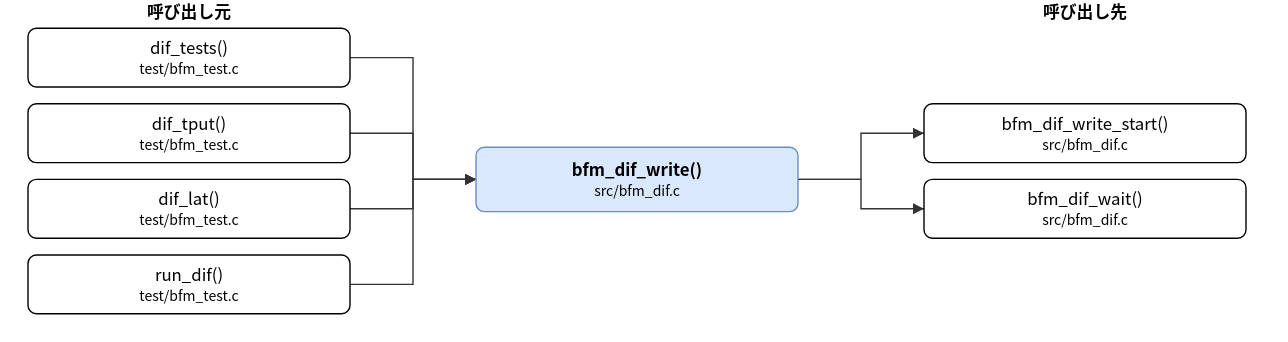
The draw.io diagram doc/spec/images/call_src_bfm_dif-bfm_dif_write.drawio.svg in hf355051012-ai/bfmem, before a commit. Source tidied: cells renumbered, new cells last; positions are measured from the earlier drawing's top-left corner, leaving out a move shared by most shapes.
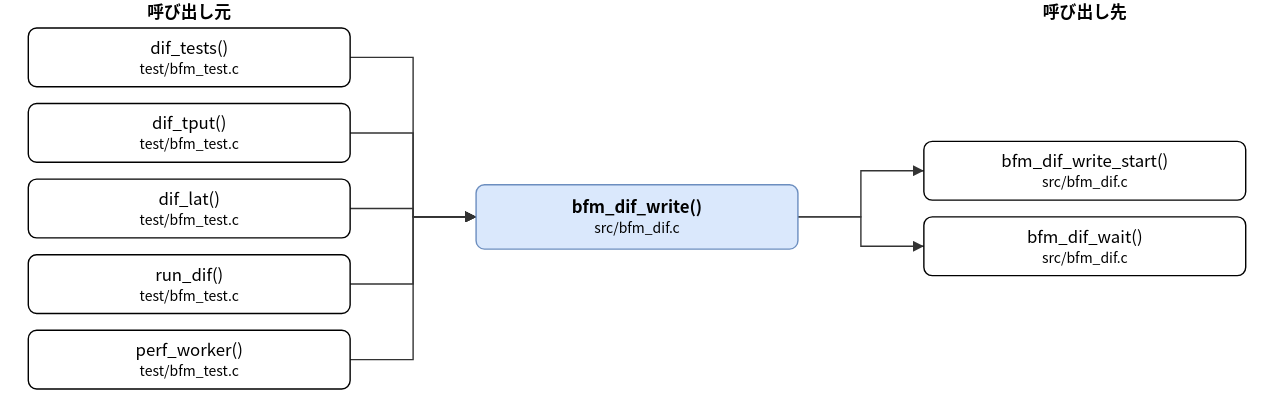
Above is the later version.

What changed in the source:
```diff
@@ -3,7 +3,7 @@
     <mxCell id="0" />
     <mxCell id="1" parent="0" />
     <mxCell id="2" value="bfm_dif_write()&lt;br&gt;&lt;font style=&quot;font-size:10px&quot;&gt;src/bfm_dif.c&lt;/font&gt;" style="rounded=1;whiteSpace=wrap;html=1;fillColor=#dae8fc;strokeColor=#6c8ebf;fontStyle=1;" parent="1" vertex="1">
-      <mxGeometry x="320" y="105" width="230" height="46" as="geometry" />
+      <mxGeometry x="320" y="132" width="230" height="46" as="geometry" />
     </mxCell>
     <mxCell id="3" value="dif_tests()&lt;br&gt;&lt;font style=&quot;font-size:10px&quot;&gt;test/bfm_test.c&lt;/font&gt;" style="rounded=1;whiteSpace=wrap;html=1;" parent="1" vertex="1">
       <mxGeometry y="20" width="230" height="42" as="geometry" />
@@ -17,17 +17,20 @@
     <mxCell id="6" value="run_dif()&lt;br&gt;&lt;font style=&quot;font-size:10px&quot;&gt;test/bfm_test.c&lt;/font&gt;" style="rounded=1;whiteSpace=wrap;html=1;" parent="1" vertex="1">
       <mxGeometry y="182" width="230" height="42" as="geometry" />
     </mxCell>
+    <mxCell id="17" value="perf_worker()&lt;br&gt;&lt;font style=&quot;font-size:10px&quot;&gt;test/bfm_test.c&lt;/font&gt;" style="rounded=1;whiteSpace=wrap;html=1;" parent="1" vertex="1">
+      <mxGeometry y="236" width="230" height="42" as="geometry" />
+    </mxCell>
     <mxCell id="7" value="bfm_dif_write_start()&lt;br&gt;&lt;font style=&quot;font-size:10px&quot;&gt;src/bfm_dif.c&lt;/font&gt;" style="rounded=1;whiteSpace=wrap;html=1;" parent="1" vertex="1">
-      <mxGeometry x="640" y="74" width="230" height="42" as="geometry" />
+      <mxGeometry x="640" y="101" width="230" height="42" as="geometry" />
     </mxCell>
     <mxCell id="8" value="bfm_dif_wait()&lt;br&gt;&lt;font style=&quot;font-size:10px&quot;&gt;src/bfm_dif.c&lt;/font&gt;" style="rounded=1;whiteSpace=wrap;html=1;" parent="1" vertex="1">
-      <mxGeometry x="640" y="128" width="230" height="42" as="geometry" />
+      <mxGeometry x="640" y="155" width="230" height="42" as="geometry" />
     </mxCell>
     <mxCell id="9" style="edgeStyle=none;html=1;rounded=0;endArrow=block;endFill=1;exitX=1.0000;exitY=0.5000;exitDx=0;exitDy=0;exitPerimeter=0;entryX=0.0000;entryY=0.5000;entryDx=0;entryDy=0;entryPerimeter=0;" parent="1" edge="1" source="3" target="2">
       <mxGeometry relative="1" as="geometry">
         <Array as="points">
           <mxPoint x="275" y="41" />
-          <mxPoint x="275" y="128" />
+          <mxPoint x="275" y="155" />
         </Array>
       </mxGeometry>
     </mxCell>
@@ -35,7 +38,7 @@
       <mxGeometry relative="1" as="geometry">
         <Array as="points">
           <mxPoint x="275" y="95" />
-          <mxPoint x="275" y="128" />
+          <mxPoint x="275" y="155" />
         </Array>
       </mxGeometry>
     </mxCell>
@@ -43,7 +46,7 @@
       <mxGeometry relative="1" as="geometry">
         <Array as="points">
           <mxPoint x="275" y="149" />
-          <mxPoint x="275" y="128" />
+          <mxPoint x="275" y="155" />
         </Array>
       </mxGeometry>
     </mxCell>
@@ -51,26 +54,34 @@
       <mxGeometry relative="1" as="geometry">
         <Array as="points">
           <mxPoint x="275" y="203" />
-          <mxPoint x="275" y="128" />
+          <mxPoint x="275" y="155" />
         </Array>
       </mxGeometry>
     </mxCell>
-    <mxCell id="13" style="edgeStyle=none;html=1;rounded=0;endArrow=block;endFill=1;exitX=1.0000;exitY=0.5000;exitDx=0;exitDy=0;exitPerimeter=0;entryX=0.0000;entryY=0.5000;entryDx=0;entryDy=0;entryPerimeter=0;" parent="1" edge="1" source="2" target="7">
+    <mxCell id="13" style="edgeStyle=none;html=1;rounded=0;endArrow=block;endFill=1;exitX=1.0000;exitY=0.5000;exitDx=0;exitDy=0;exitPerimeter=0;entryX=0.0000;entryY=0.5000;entryDx=0;entryDy=0;entryPerimeter=0;" parent="1" edge="1" source="17" target="2">
       <mxGeometry relative="1" as="geometry">
         <Array as="points">
-          <mxPoint x="595" y="128" />
-          <mxPoint x="595" y="95" />
+          <mxPoint x="275" y="257" />
+          <mxPoint x="275" y="155" />
         </Array>
       </mxGeometry>
     </mxCell>
-    <mxCell id="14" style="edgeStyle=none;html=1;rounded=0;endArrow=block;endFill=1;exitX=1.0000;exitY=0.5000;exitDx=0;exitDy=0;exitPerimeter=0;entryX=0.0000;entryY=0.5000;entryDx=0;entryDy=0;entryPerimeter=0;" parent="1" edge="1" source="2" target="8">
+    <mxCell id="14" style="edgeStyle=none;html=1;rounded=0;endArrow=block;endFill=1;exitX=1.0000;exitY=0.5000;exitDx=0;exitDy=0;exitPerimeter=0;entryX=0.0000;entryY=0.5000;entryDx=0;entryDy=0;entryPerimeter=0;" parent="1" edge="1" source="2" target="7">
       <mxGeometry relative="1" as="geometry">
         <Array as="points">
-          <mxPoint x="595" y="128" />
-          <mxPoint x="595" y="149" />
+          <mxPoint x="595" y="155" />
+          <mxPoint x="595" y="122" />
         </Array>
       </mxGeometry>
     </mxCell>
+    <mxCell id="18" style="edgeStyle=none;html=1;rounded=0;endArrow=block;endFill=1;exitX=1.0000;exitY=0.5000;exitDx=0;exitDy=0;exitPerimeter=0;entryX=0.0000;entryY=0.5000;entryDx=0;entryDy=0;entryPerimeter=0;" parent="1" edge="1" source="2" target="8">
+      <mxGeometry relative="1" as="geometry">
+        <Array as="points">
+          <mxPoint x="595" y="155" />
+          <mxPoint x="595" y="176" />
+        </Array>
+      </mxGeometry>
+    </mxCell>
     <mxCell id="15" value="呼び出し元" style="text;html=1;align=center;fontStyle=1;" parent="1" vertex="1">
       <mxGeometry x="35" width="160" height="18" as="geometry" />
     </mxCell>
```
